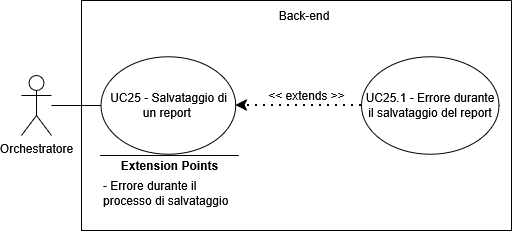
Earlier version of the draw.io export assets/diagrams/UC25.png (SkarabGroup/DocumentazioneProgetto). Source tidied: cells renumbered, new cells last; positions are measured from the earlier drawing's top-left corner, leaving out a move shared by most shapes.
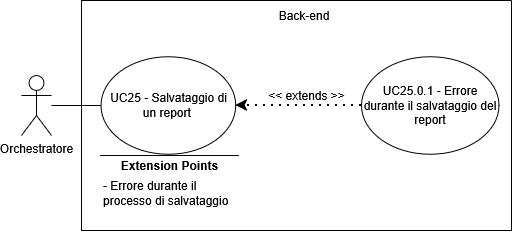
The same file after the commit.

Diff of the diagram source:
```diff
@@ -11,7 +11,7 @@
     <mxCell id="4" value="UC25 - Salvataggio di un report&amp;nbsp;" style="ellipse;whiteSpace=wrap;html=1;" parent="3" vertex="1">
       <mxGeometry x="19.5" y="56.2" width="134.8" height="97.5" as="geometry" />
     </mxCell>
-    <mxCell id="5" value="UC25.1 - Errore durante il salvataggio del report" style="ellipse;whiteSpace=wrap;html=1;" parent="3" vertex="1">
+    <mxCell id="5" value="UC25.0.1 - Errore durante il salvataggio del report" style="ellipse;whiteSpace=wrap;html=1;" parent="3" vertex="1">
       <mxGeometry x="280" y="56.2" width="137.5" height="97.5" as="geometry" />
     </mxCell>
     <mxCell id="6" style="endArrow=classic;dashed=1;html=1;dashPattern=1 3;strokeWidth=2;rounded=0;entryX=1;entryY=0.5;entryDx=0;entryDy=0;exitX=0;exitY=0.5;exitDx=0;exitDy=0;strokeColor=default;curved=0;endFill=1;endSize=6;" parent="3" edge="1" source="5" target="4">
```
